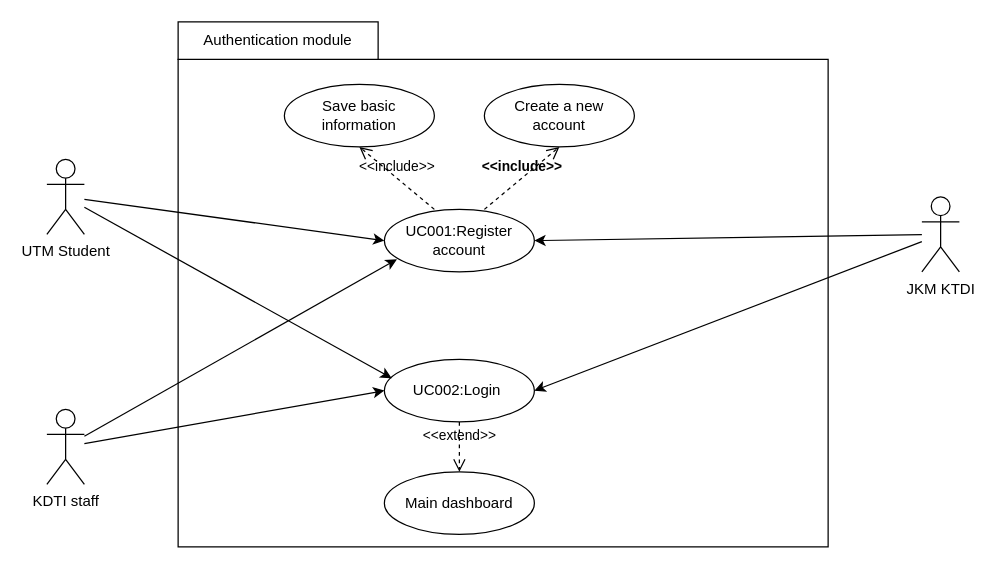
Above: page "UC001 & UC002 use case" (5 of 11) of project/drawio/Curiousity/UML.drawio in drshahizan/software-engineering (draw.io), before the change. Source tidied: cells renumbered, new cells numbered last; positions are measured from the earlier drawing's top-left corner, leaving out a move shared by most shapes. Both pictures are drawn from the tidied source at 125%, with x=0, y=0 at pixel (46, 21).
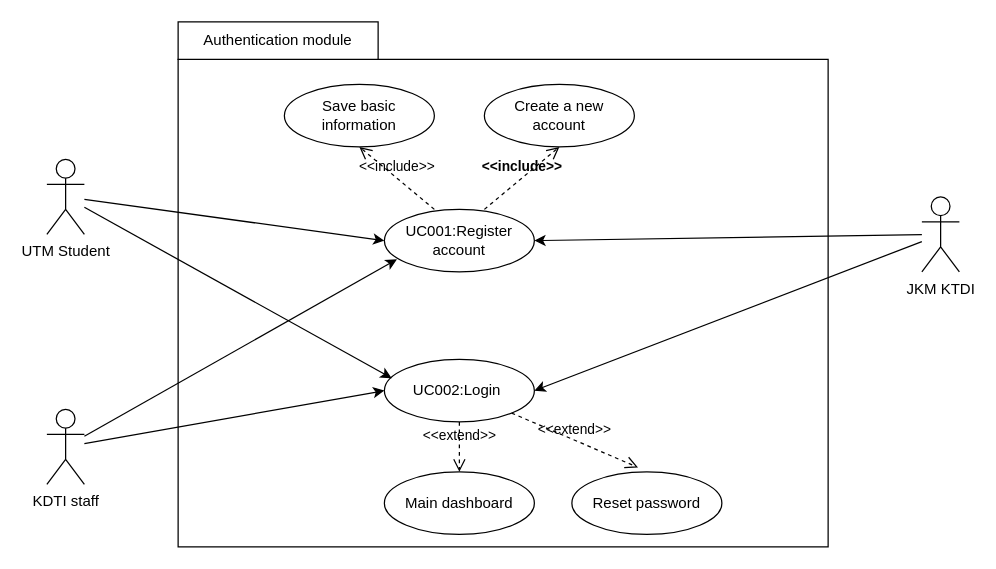
After the change.

Unchanged cells that the change refers to:
```xml
<mxCell id="5" style="ellipse;whiteSpace=wrap;html=1;" parent="4" vertex="1">
  <mxGeometry width="120" height="50" as="geometry" />
</mxCell>
```

Change to the diagram source:
```diff
@@
+    <mxCell id="31" style="group;" parent="1" vertex="1">
+      <mxGeometry x="420" y="360" width="120" height="50" as="geometry" />
+    </mxCell>
+    <mxCell id="32" style="ellipse;whiteSpace=wrap;html=1;" parent="31" vertex="1">
+      <mxGeometry width="120" height="50" as="geometry" />
+    </mxCell>
+    <mxCell id="33" value="Reset password" style="text;strokeColor=none;align=center;fillColor=none;html=1;verticalAlign=middle;whiteSpace=wrap;rounded=0;" parent="31" vertex="1">
+      <mxGeometry x="10" y="10" width="100" height="30" as="geometry" />
+    </mxCell>
+    <mxCell id="34" value="&amp;lt;&amp;lt;extend&amp;gt;&amp;gt;" style="endArrow=open;startArrow=none;endFill=0;startFill=0;endSize=8;html=1;verticalAlign=bottom;dashed=1;labelBackgroundColor=none;entryX=0.441;entryY=-0.071;entryDx=0;entryDy=0;entryPerimeter=0;" parent="1" edge="1" source="5" target="32">
+      <mxGeometry relative="1" as="geometry" />
+    </mxCell>
```
